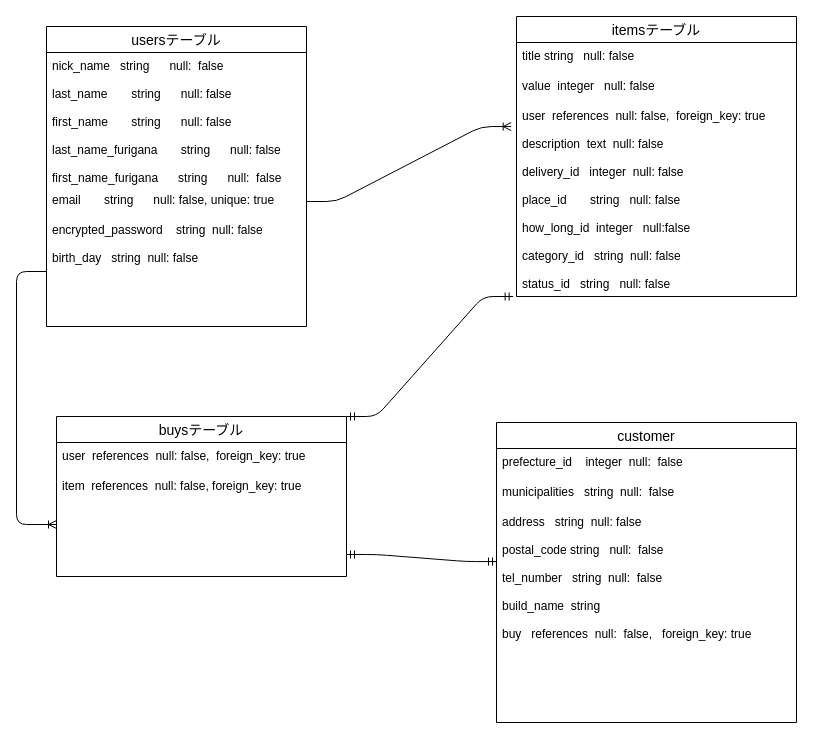
Above: furima.dio in pakkiii/furima-35035 (draw.io), before the change. Source tidied: cells renumbered, new cells numbered last; positions are measured from the earlier drawing's top-left corner, leaving out a move shared by most shapes. Both pictures are drawn from the tidied source at 100%, with x=0, y=0 at pixel (16, 16).
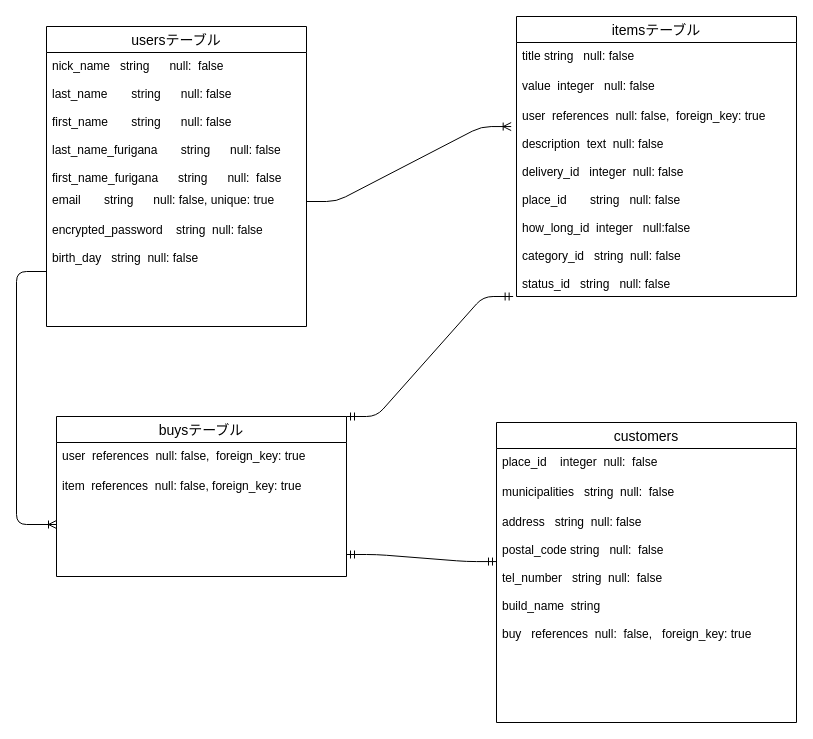
The same diagram, later.

Commit message (it also covers changes not shown here):
データベース設計　5回目

Diff of the diagram source:
```diff
@@
-    <mxCell id="13" value="customer" style="swimlane;fontStyle=0;horizontal=1;startSize=26;align=center;fontSize=14;" parent="1" vertex="1">
+    <mxCell id="13" value="customers" style="swimlane;fontStyle=0;horizontal=1;startSize=26;align=center;fontSize=14;" parent="1" vertex="1">
       <mxGeometry x="480" y="406" width="300" height="300" as="geometry" />
     </mxCell>
-    <mxCell id="14" value="prefecture_id    integer  null:  false" style="text;strokeColor=none;fillColor=none;spacingLeft=4;spacingRight=4;overflow=hidden;fontSize=12;" parent="13" vertex="1">
+    <mxCell id="14" value="place_id    integer  null:  false" style="text;strokeColor=none;fillColor=none;spacingLeft=4;spacingRight=4;overflow=hidden;fontSize=12;" parent="13" vertex="1">
       <mxGeometry y="26" width="300" height="30" as="geometry" />
     </mxCell>
```
